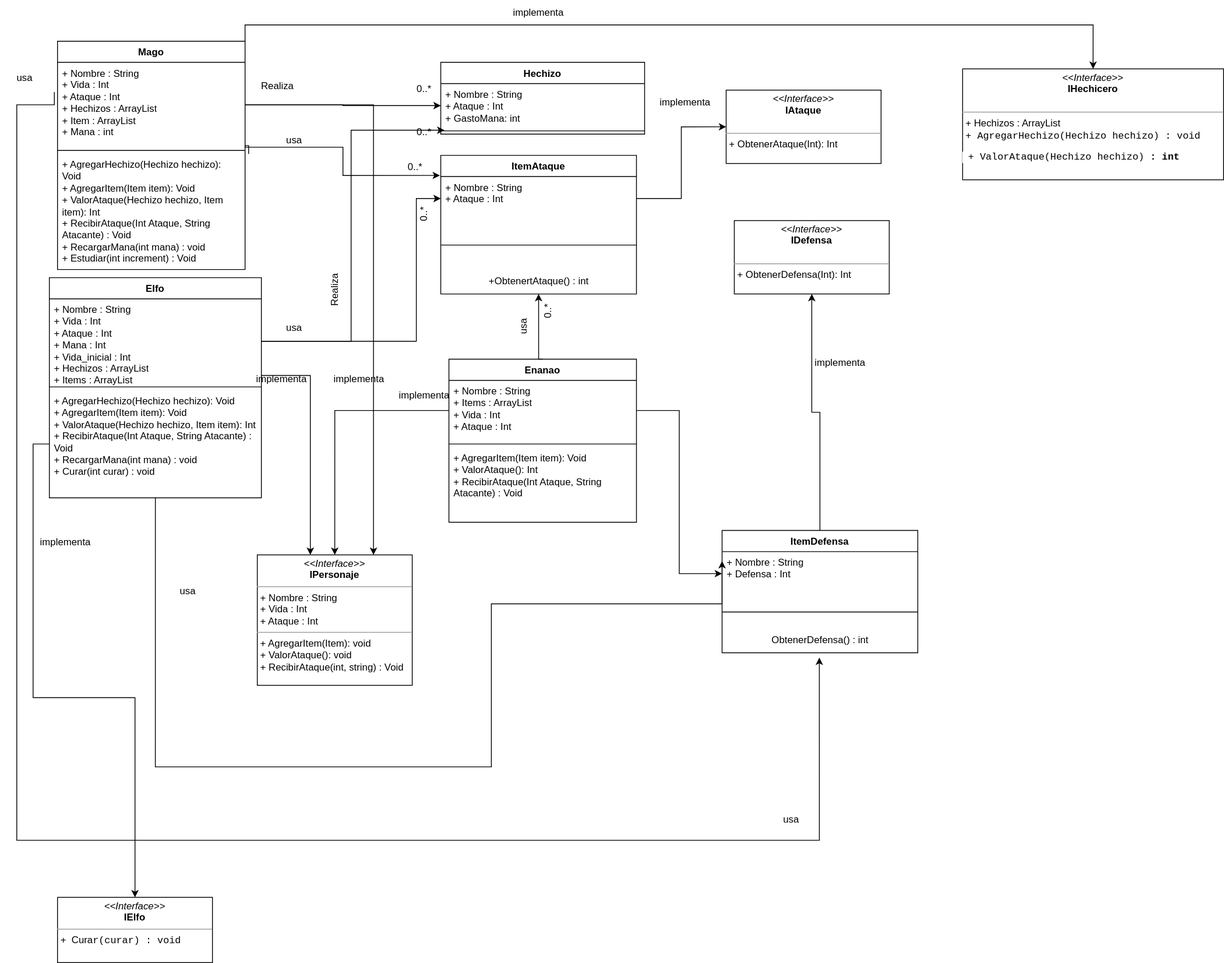
ThiagoAGarcia/RoleplayGame keeps this draw.io diagram as src/Library/diagrama de clases RolePlayGame.svg. Above is the earlier version. Source tidied: cells renumbered, new cells last; positions are measured from the earlier drawing's top-left corner, leaving out a move shared by most shapes.
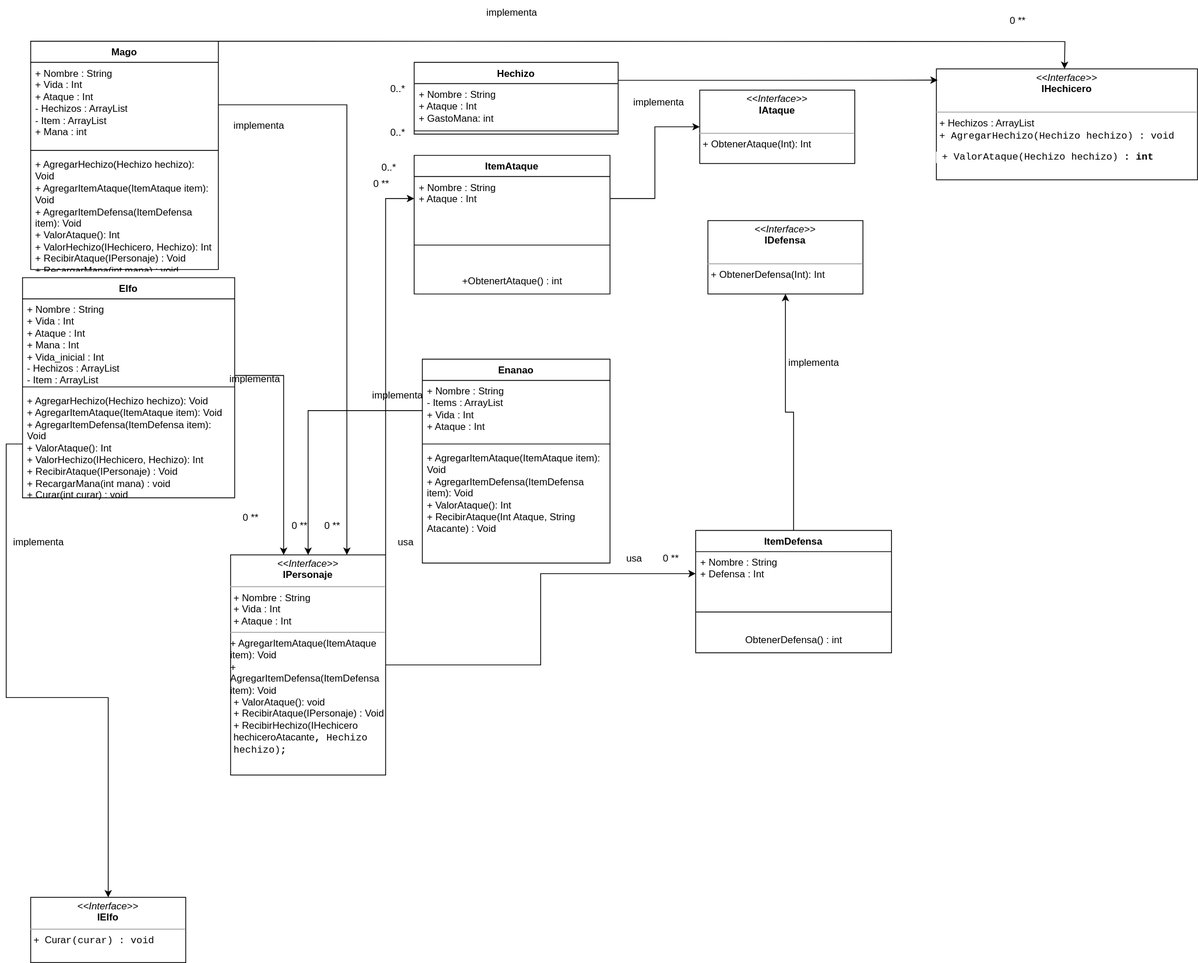
Above is the later version.

What changed in the source:
```diff
@@ -4,4 +4,7 @@
     <mxCell id="1" parent="0" />
-    <mxCell id="2" style="edgeStyle=orthogonalEdgeStyle;rounded=0;jettySize=auto;html=1;exitX=1;exitY=0;exitDx=0;exitDy=0;entryX=0.5;entryY=0;entryDx=0;entryDy=0;" parent="1" edge="1" source="3" target="63">
-      <mxGeometry relative="1" as="geometry" />
+    <mxCell id="2" style="edgeStyle=orthogonalEdgeStyle;rounded=0;orthogonalLoop=1;jettySize=auto;html=1;exitX=1;exitY=0;exitDx=0;exitDy=0;entryX=0.5;entryY=0;entryDx=0;entryDy=0;" parent="1" edge="1">
+      <mxGeometry relative="1" as="geometry">
+        <mxPoint x="297" y="50" as="sourcePoint" />
+        <mxPoint x="1337" y="84" as="targetPoint" />
+      </mxGeometry>
     </mxCell>
@@ -10,3 +13,3 @@
     </mxCell>
-    <mxCell id="4" value="+ Nombre : String&lt;br&gt;+ Vida : Int&lt;br&gt;+ Ataque : Int&lt;br&gt;+ Hechizos : ArrayList&lt;br&gt;+ Item : ArrayList&lt;br&gt;+ Mana : int" style="text;strokeColor=none;fillColor=none;align=left;verticalAlign=top;spacingLeft=4;spacingRight=4;overflow=hidden;points=[[0,0.5],[1,0.5]];portConstraint=eastwest;whiteSpace=wrap;html=1;" parent="3" vertex="1">
+    <mxCell id="4" value="+ Nombre : String&lt;br&gt;+ Vida : Int&lt;br&gt;+ Ataque : Int&lt;br&gt;- Hechizos : ArrayList&lt;br&gt;- Item : ArrayList&lt;br&gt;+ Mana : int" style="text;strokeColor=none;fillColor=none;align=left;verticalAlign=top;spacingLeft=4;spacingRight=4;overflow=hidden;points=[[0,0.5],[1,0.5]];portConstraint=eastwest;whiteSpace=wrap;html=1;" parent="3" vertex="1">
       <mxGeometry y="26" width="230" height="104" as="geometry" />
@@ -16,3 +19,3 @@
     </mxCell>
-    <mxCell id="6" value="+ AgregarHechizo(Hechizo hechizo): Void&lt;br&gt;+ AgregarItem(Item item): Void&lt;br&gt;+ ValorAtaque(Hechizo hechizo, Item item): Int&lt;br&gt;+ RecibirAtaque(Int Ataque, String Atacante) : Void&lt;br&gt;+ RecargarMana(int mana) : void&lt;br&gt;+ Estudiar(int increment) : Void" style="text;strokeColor=none;fillColor=none;align=left;verticalAlign=top;spacingLeft=4;spacingRight=4;overflow=hidden;points=[[0,0.5],[1,0.5]];portConstraint=eastwest;whiteSpace=wrap;html=1;" parent="3" vertex="1">
+    <mxCell id="6" value="+ AgregarHechizo(Hechizo hechizo): Void&lt;br&gt;+ AgregarItemAtaque(ItemAtaque item): Void&lt;br&gt;+ AgregarItemDefensa(ItemDefensa item): Void&lt;br&gt;+ ValorAtaque(): Int&lt;br&gt;+ ValorHechizo(IHechicero, Hechizo): Int&lt;br&gt;+ RecibirAtaque(IPersonaje) : Void&lt;br&gt;+ RecargarMana(int mana) : void&lt;br&gt;+ Estudiar(int increment) : Void" style="text;strokeColor=none;fillColor=none;align=left;verticalAlign=top;spacingLeft=4;spacingRight=4;overflow=hidden;points=[[0,0.5],[1,0.5]];portConstraint=eastwest;whiteSpace=wrap;html=1;" parent="3" vertex="1">
       <mxGeometry y="138" width="230" height="142" as="geometry" />
@@ -41,5 +44,5 @@
     <mxCell id="14" value="Enanao" style="swimlane;fontStyle=1;align=center;verticalAlign=top;horizontal=1;startSize=26;whiteSpace=wrap;html=1;" parent="1" vertex="1">
-      <mxGeometry x="550" y="440" width="230" height="200" as="geometry" />
+      <mxGeometry x="550" y="440" width="230" height="250" as="geometry" />
     </mxCell>
-    <mxCell id="15" value="+ Nombre : String&lt;br&gt;+ Items : ArrayList&lt;br&gt;+ Vida : Int&lt;br&gt;+ Ataque : Int" style="text;strokeColor=none;fillColor=none;align=left;verticalAlign=top;spacingLeft=4;spacingRight=4;overflow=hidden;points=[[0,0.5],[1,0.5]];portConstraint=eastwest;whiteSpace=wrap;html=1;" parent="14" vertex="1">
+    <mxCell id="15" value="+ Nombre : String&lt;br&gt;- Items : ArrayList&lt;br&gt;+ Vida : Int&lt;br&gt;+ Ataque : Int" style="text;strokeColor=none;fillColor=none;align=left;verticalAlign=top;spacingLeft=4;spacingRight=4;overflow=hidden;points=[[0,0.5],[1,0.5]];portConstraint=eastwest;whiteSpace=wrap;html=1;" parent="14" vertex="1">
       <mxGeometry y="26" width="230" height="74" as="geometry" />
@@ -49,13 +52,5 @@
     </mxCell>
-    <mxCell id="17" value="+ AgregarItem(Item item): Void&lt;br style=&quot;border-color: var(--border-color);&quot;&gt;+ ValorAtaque(): Int&lt;br style=&quot;border-color: var(--border-color);&quot;&gt;+ RecibirAtaque(Int Ataque, String Atacante) : Void" style="text;strokeColor=none;fillColor=none;align=left;verticalAlign=top;spacingLeft=4;spacingRight=4;overflow=hidden;whiteSpace=wrap;html=1;" parent="14" vertex="1">
-      <mxGeometry y="108" width="230" height="92" as="geometry" />
+    <mxCell id="17" value="+ AgregarItemAtaque(ItemAtaque item): Void&lt;br style=&quot;border-color: var(--border-color);&quot;&gt;+ AgregarItemDefensa(ItemDefensa item): Void&lt;br&gt;+ ValorAtaque(): Int&lt;br style=&quot;border-color: var(--border-color);&quot;&gt;+ RecibirAtaque(Int Ataque, String Atacante) : Void" style="text;strokeColor=none;fillColor=none;align=left;verticalAlign=top;spacingLeft=4;spacingRight=4;overflow=hidden;whiteSpace=wrap;html=1;" parent="14" vertex="1">
+      <mxGeometry y="108" width="230" height="142" as="geometry" />
     </mxCell>
-    <mxCell id="18" style="edgeStyle=orthogonalEdgeStyle;rounded=0;jettySize=auto;html=1;entryX=0;entryY=0.5;entryDx=0;entryDy=0;exitX=1;exitY=0.5;exitDx=0;exitDy=0;" parent="1" edge="1" source="20" target="11">
-      <mxGeometry relative="1" as="geometry">
-        <Array as="points">
-          <mxPoint x="510" y="418" />
-          <mxPoint x="510" y="243" />
-        </Array>
-      </mxGeometry>
-    </mxCell>
     <mxCell id="19" value="Elfo" style="swimlane;fontStyle=1;align=center;verticalAlign=top;horizontal=1;startSize=26;whiteSpace=wrap;html=1;" parent="1" vertex="1">
@@ -63,3 +58,3 @@
     </mxCell>
-    <mxCell id="20" value="+ Nombre : String&lt;br&gt;+ Vida : Int&lt;br&gt;+ Ataque : Int&lt;br&gt;+ Mana : Int&lt;br&gt;+ Vida_inicial : Int&lt;br&gt;+ Hechizos : ArrayList&lt;br&gt;+ Items : ArrayList" style="text;strokeColor=none;fillColor=none;align=left;verticalAlign=top;spacingLeft=4;spacingRight=4;overflow=hidden;points=[[0,0.5],[1,0.5]];portConstraint=eastwest;whiteSpace=wrap;html=1;" parent="19" vertex="1">
+    <mxCell id="20" value="+ Nombre : String&lt;br&gt;+ Vida : Int&lt;br&gt;+ Ataque : Int&lt;br&gt;+ Mana : Int&lt;br&gt;+ Vida_inicial : Int&lt;br&gt;- Hechizos : ArrayList&lt;br style=&quot;border-color: var(--border-color);&quot;&gt;- Item : ArrayList" style="text;strokeColor=none;fillColor=none;align=left;verticalAlign=top;spacingLeft=4;spacingRight=4;overflow=hidden;points=[[0,0.5],[1,0.5]];portConstraint=eastwest;whiteSpace=wrap;html=1;" parent="19" vertex="1">
       <mxGeometry y="26" width="260" height="104" as="geometry" />
@@ -69,36 +64,5 @@
     </mxCell>
-    <mxCell id="22" value="+ AgregarHechizo(Hechizo hechizo): Void&lt;br style=&quot;border-color: var(--border-color);&quot;&gt;+ AgregarItem(Item item): Void&lt;br style=&quot;border-color: var(--border-color);&quot;&gt;+ ValorAtaque(Hechizo hechizo, Item item): Int&lt;br style=&quot;border-color: var(--border-color);&quot;&gt;+ RecibirAtaque(Int Ataque, String Atacante) : Void&lt;br style=&quot;border-color: var(--border-color);&quot;&gt;+ RecargarMana(int mana) : void&lt;br&gt;+ Curar(int curar) : void" style="text;strokeColor=none;fillColor=none;align=left;verticalAlign=top;spacingLeft=4;spacingRight=4;overflow=hidden;points=[[0,0.5],[1,0.5]];portConstraint=eastwest;whiteSpace=wrap;html=1;" parent="19" vertex="1">
+    <mxCell id="22" value="+ AgregarHechizo(Hechizo hechizo): Void&lt;br style=&quot;border-color: var(--border-color);&quot;&gt;+ AgregarItemAtaque(ItemAtaque item): Void&lt;br style=&quot;border-color: var(--border-color);&quot;&gt;+ AgregarItemDefensa(ItemDefensa item): Void&lt;br style=&quot;border-color: var(--border-color);&quot;&gt;+ ValorAtaque(): Int&lt;br style=&quot;border-color: var(--border-color);&quot;&gt;+ ValorHechizo(IHechicero, Hechizo): Int&lt;br style=&quot;border-color: var(--border-color);&quot;&gt;+ RecibirAtaque(IPersonaje) : Void&lt;br style=&quot;border-color: var(--border-color);&quot;&gt;+ RecargarMana(int mana) : void&lt;br&gt;+ Curar(int curar) : void" style="text;strokeColor=none;fillColor=none;align=left;verticalAlign=top;spacingLeft=4;spacingRight=4;overflow=hidden;points=[[0,0.5],[1,0.5]];portConstraint=eastwest;whiteSpace=wrap;html=1;" parent="19" vertex="1">
       <mxGeometry y="138" width="260" height="132" as="geometry" />
     </mxCell>
-    <mxCell id="23" style="edgeStyle=orthogonalEdgeStyle;rounded=0;jettySize=auto;html=1;" parent="1" edge="1" source="4" target="8">
-      <mxGeometry relative="1" as="geometry" />
-    </mxCell>
-    <mxCell id="24" style="edgeStyle=orthogonalEdgeStyle;rounded=0;jettySize=auto;html=1;entryX=0.5;entryY=1;entryDx=0;entryDy=0;exitX=0.5;exitY=0;exitDx=0;exitDy=0;" parent="1" edge="1" source="14" target="10">
-      <mxGeometry relative="1" as="geometry">
-        <Array as="points">
-          <mxPoint x="660" y="440" />
-        </Array>
-      </mxGeometry>
-    </mxCell>
-    <mxCell id="25" style="edgeStyle=orthogonalEdgeStyle;rounded=0;jettySize=auto;html=1;entryX=0.018;entryY=0.398;entryDx=0;entryDy=0;entryPerimeter=0;" parent="1" edge="1" source="20" target="9">
-      <mxGeometry relative="1" as="geometry" />
-    </mxCell>
-    <mxCell id="26" style="edgeStyle=orthogonalEdgeStyle;rounded=0;jettySize=auto;html=1;entryX=-0.004;entryY=-0.025;entryDx=0;entryDy=0;entryPerimeter=0;exitX=1.019;exitY=0.002;exitDx=0;exitDy=0;exitPerimeter=0;" parent="1" edge="1" source="6" target="11">
-      <mxGeometry relative="1" as="geometry">
-        <Array as="points">
-          <mxPoint x="300" y="178" />
-          <mxPoint x="300" y="180" />
-          <mxPoint x="420" y="180" />
-          <mxPoint x="420" y="215" />
-        </Array>
-      </mxGeometry>
-    </mxCell>
-    <mxCell id="27" value="0..*" style="align=right;verticalAlign=bottom;labelBackgroundColor=none;fontSize=12;rotation=-90;" parent="1" vertex="1">
-      <mxGeometry x="550" y="250" as="geometry">
-        <mxPoint x="-1" y="-22" as="offset" />
-      </mxGeometry>
-    </mxCell>
-    <mxCell id="28" value="0..*" style="align=right;verticalAlign=bottom;labelBackgroundColor=none;fontSize=12;rotation=-90;" parent="1" vertex="1">
-      <mxGeometry x="680" y="370" as="geometry" />
-    </mxCell>
     <mxCell id="29" value="0..*" style="align=right;verticalAlign=bottom;labelBackgroundColor=none;fontSize=12;rotation=0;" parent="1" vertex="1">
@@ -118,23 +82,2 @@
     </mxCell>
-    <mxCell id="32" value="usa" style="text;html=1;align=center;verticalAlign=middle;labelBackgroundColor=none;rounded=0;shadow=0;strokeWidth=1;fontSize=12;rotation=0;" parent="1" vertex="1">
-      <mxGeometry x="440" y="310" as="geometry">
-        <mxPoint x="-80.7" y="-138.3" as="offset" />
-      </mxGeometry>
-    </mxCell>
-    <mxCell id="33" value="usa" style="text;html=1;align=center;verticalAlign=middle;labelBackgroundColor=none;rounded=0;shadow=0;strokeWidth=1;fontSize=12;rotation=0;" parent="1" vertex="1">
-      <mxGeometry x="440" y="540" as="geometry">
-        <mxPoint x="-80.7" y="-138.3" as="offset" />
-      </mxGeometry>
-    </mxCell>
-    <mxCell id="34" value="usa" style="text;html=1;align=center;verticalAlign=middle;labelBackgroundColor=none;rounded=0;shadow=0;strokeWidth=1;fontSize=12;rotation=-90;" parent="1" vertex="1">
-      <mxGeometry x="780" y="320" as="geometry">
-        <mxPoint x="-80.7" y="-138.3" as="offset" />
-      </mxGeometry>
-    </mxCell>
-    <mxCell id="35" value="Realiza" style="text;html=1;strokeColor=none;fillColor=none;align=center;verticalAlign=middle;whiteSpace=wrap;rounded=0;rotation=-90;" parent="1" vertex="1">
-      <mxGeometry x="380" y="340" width="60" height="30" as="geometry" />
-    </mxCell>
-    <mxCell id="36" value="Realiza" style="text;html=1;strokeColor=none;fillColor=none;align=center;verticalAlign=middle;whiteSpace=wrap;rounded=0;rotation=0;" parent="1" vertex="1">
-      <mxGeometry x="310" y="90" width="60" height="30" as="geometry" />
-    </mxCell>
     <mxCell id="37" value="&lt;p style=&quot;margin:0px;margin-top:4px;text-align:center;&quot;&gt;&lt;i&gt;&amp;lt;&amp;lt;Interface&amp;gt;&amp;gt;&lt;/i&gt;&lt;br&gt;&lt;b&gt;IAtaque&lt;/b&gt;&lt;/p&gt;&lt;p style=&quot;margin:0px;margin-left:4px;&quot;&gt;&lt;br&gt;&lt;/p&gt;&lt;hr size=&quot;1&quot;&gt;&lt;p style=&quot;margin:0px;margin-left:4px;&quot;&gt;+ ObtenerAtaque(Int): Int&lt;br&gt;&lt;/p&gt;" style="verticalAlign=top;align=left;overflow=fill;fontSize=12;fontFamily=Helvetica;html=1;whiteSpace=wrap;" parent="1" vertex="1">
@@ -145,4 +88,10 @@
     </mxCell>
+    <mxCell id="65" style="edgeStyle=orthogonalEdgeStyle;rounded=0;jettySize=auto;html=1;exitX=1;exitY=0;exitDx=0;exitDy=0;entryX=0;entryY=0.5;entryDx=0;entryDy=0;" parent="1" edge="1" source="39" target="11">
+      <mxGeometry relative="1" as="geometry" />
+    </mxCell>
+    <mxCell id="66" style="edgeStyle=orthogonalEdgeStyle;rounded=0;jettySize=auto;html=1;entryX=0;entryY=0.5;entryDx=0;entryDy=0;" parent="1" edge="1" source="39" target="42">
+      <mxGeometry relative="1" as="geometry" />
+    </mxCell>
-    <mxCell id="39" value="&lt;p style=&quot;margin:0px;margin-top:4px;text-align:center;&quot;&gt;&lt;i&gt;&amp;lt;&amp;lt;Interface&amp;gt;&amp;gt;&lt;/i&gt;&lt;br&gt;&lt;b&gt;IPersonaje&lt;/b&gt;&lt;/p&gt;&lt;hr size=&quot;1&quot;&gt;&lt;p style=&quot;margin:0px;margin-left:4px;&quot;&gt;+ Nombre : String&lt;/p&gt;&lt;p style=&quot;margin:0px;margin-left:4px;&quot;&gt;+ Vida : Int&lt;/p&gt;&lt;p style=&quot;margin:0px;margin-left:4px;&quot;&gt;+ Ataque : Int&lt;/p&gt;&lt;hr size=&quot;1&quot;&gt;&lt;p style=&quot;margin:0px;margin-left:4px;&quot;&gt;+ AgregarItem(Item): void&lt;br&gt;+ ValorAtaque(): void&lt;/p&gt;&lt;p style=&quot;margin:0px;margin-left:4px;&quot;&gt;+ RecibirAtaque(int, string) : Void&lt;/p&gt;" style="verticalAlign=top;align=left;overflow=fill;fontSize=12;fontFamily=Helvetica;html=1;whiteSpace=wrap;" parent="1" vertex="1">
-      <mxGeometry x="315" y="680" width="190" height="160" as="geometry" />
+    <mxCell id="39" value="&lt;p style=&quot;margin:0px;margin-top:4px;text-align:center;&quot;&gt;&lt;i&gt;&amp;lt;&amp;lt;Interface&amp;gt;&amp;gt;&lt;/i&gt;&lt;br&gt;&lt;b&gt;IPersonaje&lt;/b&gt;&lt;/p&gt;&lt;hr size=&quot;1&quot;&gt;&lt;p style=&quot;margin:0px;margin-left:4px;&quot;&gt;+ Nombre : String&lt;/p&gt;&lt;p style=&quot;margin:0px;margin-left:4px;&quot;&gt;+ Vida : Int&lt;/p&gt;&lt;p style=&quot;margin:0px;margin-left:4px;&quot;&gt;+ Ataque : Int&lt;/p&gt;&lt;hr size=&quot;1&quot;&gt;+ AgregarItemAtaque(ItemAtaque item): Void&lt;br style=&quot;border-color: var(--border-color);&quot;&gt;+ AgregarItemDefensa(ItemDefensa item): Void&lt;p style=&quot;margin:0px;margin-left:4px;&quot;&gt;+ ValorAtaque(): void&lt;/p&gt;&lt;p style=&quot;margin:0px;margin-left:4px;&quot;&gt;+ RecibirAtaque(IPersonaje) : Void&lt;/p&gt;&lt;p style=&quot;margin:0px;margin-left:4px;&quot;&gt;+&amp;nbsp;RecibirHechizo(IHechicero hechiceroAtacante&lt;span style=&quot;background-color: rgb(255, 255, 255);&quot;&gt;&lt;span style=&quot;font-family: &amp;quot;JetBrains Mono&amp;quot;, monospace; font-weight: bold;&quot;&gt;, &lt;/span&gt;&lt;span style=&quot;font-family: &amp;quot;JetBrains Mono&amp;quot;, monospace;&quot;&gt;Hechizo hechizo)&lt;/span&gt;&lt;span style=&quot;font-family: &amp;quot;JetBrains Mono&amp;quot;, monospace; font-weight: bold;&quot;&gt;;&lt;/span&gt;&lt;/span&gt;&lt;/p&gt;" style="verticalAlign=top;align=left;overflow=fill;fontSize=12;fontFamily=Helvetica;html=1;whiteSpace=wrap;" parent="1" vertex="1">
+      <mxGeometry x="315" y="680" width="190" height="270" as="geometry" />
     </mxCell>
@@ -183,3 +132,3 @@
     <mxCell id="50" value="implementa" style="text;html=1;strokeColor=none;fillColor=none;align=center;verticalAlign=middle;whiteSpace=wrap;rounded=0;" parent="1" vertex="1">
-      <mxGeometry x="410" y="450" width="60" height="30" as="geometry" />
+      <mxGeometry x="320" y="139" width="60" height="30" as="geometry" />
     </mxCell>
@@ -188,35 +137,2 @@
     </mxCell>
-    <mxCell id="52" style="edgeStyle=orthogonalEdgeStyle;rounded=0;jettySize=auto;html=1;entryX=0;entryY=0.5;entryDx=0;entryDy=0;" parent="1" edge="1" source="15" target="42">
-      <mxGeometry relative="1" as="geometry" />
-    </mxCell>
-    <mxCell id="53" style="edgeStyle=orthogonalEdgeStyle;rounded=0;jettySize=auto;html=1;entryX=0;entryY=0.25;entryDx=0;entryDy=0;" parent="1" edge="1" target="41">
-      <mxGeometry relative="1" as="geometry">
-        <mxPoint x="190" y="610" as="sourcePoint" />
-        <Array as="points">
-          <mxPoint x="190" y="940" />
-          <mxPoint x="602" y="940" />
-          <mxPoint x="602" y="740" />
-          <mxPoint x="885" y="740" />
-        </Array>
-      </mxGeometry>
-    </mxCell>
-    <mxCell id="54" style="edgeStyle=orthogonalEdgeStyle;rounded=0;jettySize=auto;html=1;entryX=0.497;entryY=1.2;entryDx=0;entryDy=0;entryPerimeter=0;exitX=-0.017;exitY=0.349;exitDx=0;exitDy=0;exitPerimeter=0;" parent="1" edge="1" source="4" target="44">
-      <mxGeometry relative="1" as="geometry">
-        <Array as="points">
-          <mxPoint x="66" y="128" />
-          <mxPoint x="20" y="128" />
-          <mxPoint x="20" y="1030" />
-          <mxPoint x="1004" y="1030" />
-        </Array>
-      </mxGeometry>
-    </mxCell>
-    <mxCell id="55" value="usa" style="text;html=1;strokeColor=none;fillColor=none;align=center;verticalAlign=middle;whiteSpace=wrap;rounded=0;" parent="1" vertex="1">
-      <mxGeometry y="80" width="60" height="30" as="geometry" />
-    </mxCell>
-    <mxCell id="56" value="usa" style="text;html=1;strokeColor=none;fillColor=none;align=center;verticalAlign=middle;whiteSpace=wrap;rounded=0;" parent="1" vertex="1">
-      <mxGeometry x="200" y="710" width="60" height="30" as="geometry" />
-    </mxCell>
-    <mxCell id="57" value="usa" style="text;html=1;strokeColor=none;fillColor=none;align=center;verticalAlign=middle;whiteSpace=wrap;rounded=0;" parent="1" vertex="1">
-      <mxGeometry x="940" y="990" width="60" height="30" as="geometry" />
-    </mxCell>
     <mxCell id="58" value="implementa" style="text;html=1;strokeColor=none;fillColor=none;align=center;verticalAlign=middle;whiteSpace=wrap;rounded=0;" parent="1" vertex="1">
@@ -242,2 +158,29 @@
     </mxCell>
+    <mxCell id="67" style="edgeStyle=orthogonalEdgeStyle;rounded=0;jettySize=auto;html=1;exitX=1;exitY=0.25;exitDx=0;exitDy=0;entryX=0.005;entryY=0.101;entryDx=0;entryDy=0;entryPerimeter=0;" parent="1" edge="1" source="7" target="63">
+      <mxGeometry relative="1" as="geometry" />
+    </mxCell>
+    <mxCell id="68" value="usa" style="text;html=1;strokeColor=none;fillColor=none;align=center;verticalAlign=middle;whiteSpace=wrap;rounded=0;" parent="1" vertex="1">
+      <mxGeometry x="500" y="650" width="60" height="30" as="geometry" />
+    </mxCell>
+    <mxCell id="69" value="usa" style="text;html=1;strokeColor=none;fillColor=none;align=center;verticalAlign=middle;whiteSpace=wrap;rounded=0;" parent="1" vertex="1">
+      <mxGeometry x="780" y="670" width="60" height="30" as="geometry" />
+    </mxCell>
+    <mxCell id="70" value="0 **" style="text;html=1;strokeColor=none;fillColor=none;align=center;verticalAlign=middle;whiteSpace=wrap;rounded=0;" parent="1" vertex="1">
+      <mxGeometry x="825" y="670" width="60" height="30" as="geometry" />
+    </mxCell>
+    <mxCell id="71" value="0 **" style="text;html=1;strokeColor=none;fillColor=none;align=center;verticalAlign=middle;whiteSpace=wrap;rounded=0;" parent="1" vertex="1">
+      <mxGeometry x="470" y="210" width="60" height="30" as="geometry" />
+    </mxCell>
+    <mxCell id="72" value="0 **" style="text;html=1;strokeColor=none;fillColor=none;align=center;verticalAlign=middle;whiteSpace=wrap;rounded=0;" parent="1" vertex="1">
+      <mxGeometry x="1250" y="10" width="60" height="30" as="geometry" />
+    </mxCell>
+    <mxCell id="73" value="0 **" style="text;html=1;strokeColor=none;fillColor=none;align=center;verticalAlign=middle;whiteSpace=wrap;rounded=0;" parent="1" vertex="1">
+      <mxGeometry x="410" y="630" width="60" height="30" as="geometry" />
+    </mxCell>
+    <mxCell id="74" value="0 **" style="text;html=1;strokeColor=none;fillColor=none;align=center;verticalAlign=middle;whiteSpace=wrap;rounded=0;" parent="1" vertex="1">
+      <mxGeometry x="310" y="620" width="60" height="30" as="geometry" />
+    </mxCell>
+    <mxCell id="75" value="0 **" style="text;html=1;strokeColor=none;fillColor=none;align=center;verticalAlign=middle;whiteSpace=wrap;rounded=0;" parent="1" vertex="1">
+      <mxGeometry x="370" y="630" width="60" height="30" as="geometry" />
+    </mxCell>
   </root>
```
